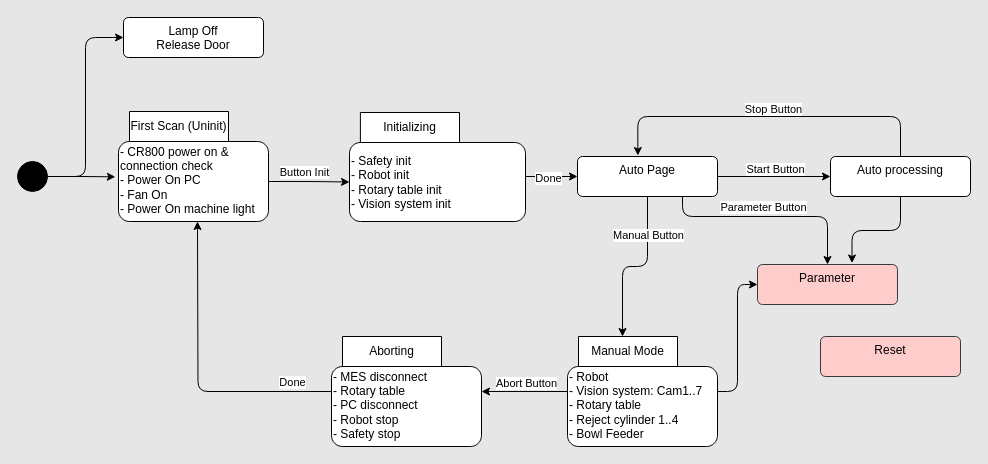
The draw.io diagram page "Overview State Machine Diagram" (1 of 5) of Untitled Diagram.drawio in huyjim1996/AOI-Machine, before the edit. Source tidied: cells renumbered, new cells numbered last; positions are measured from the earlier drawing's top-left corner, leaving out a move shared by most shapes. Both pictures are drawn from the tidied source at 100%, with x=0, y=0 at pixel (17, 17).
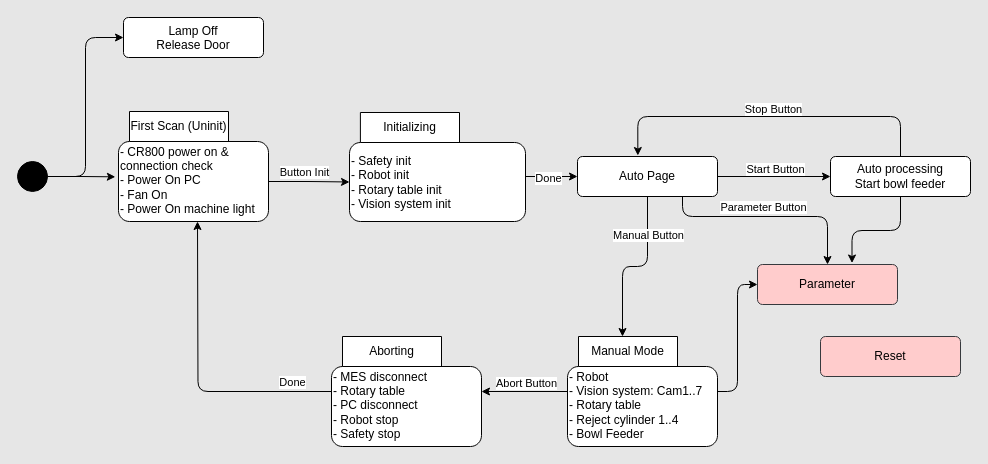
Above is the later version.

The edit, as a diff of the source:
```diff
@@
-    <mxCell id="15" value="Auto Page" style="html=1;align=center;verticalAlign=top;rounded=1;absoluteArcSize=1;arcSize=10;dashed=0;whiteSpace=wrap;" parent="1" vertex="1">
+    <mxCell id="15" value="Auto Page" style="html=1;align=center;verticalAlign=middle;rounded=1;absoluteArcSize=1;arcSize=10;dashed=0;whiteSpace=wrap;" parent="1" vertex="1">
       <mxGeometry x="560" y="139" width="140" height="40" as="geometry" />
     </mxCell>
@@
-    <mxCell id="19" value="Auto processing" style="html=1;align=center;verticalAlign=top;rounded=1;absoluteArcSize=1;arcSize=10;dashed=0;whiteSpace=wrap;" parent="1" vertex="1">
+    <mxCell id="19" value="Auto processing&lt;br&gt;Start bowl feeder" style="html=1;align=center;verticalAlign=middle;rounded=1;absoluteArcSize=1;arcSize=10;dashed=0;whiteSpace=wrap;" parent="1" vertex="1">
       <mxGeometry x="813" y="139" width="140" height="40" as="geometry" />
     </mxCell>
@@
-    <mxCell id="29" value="Parameter" style="html=1;align=center;verticalAlign=top;rounded=1;absoluteArcSize=1;arcSize=10;dashed=0;whiteSpace=wrap;fillColor=#ffcccc;strokeColor=#36393d;" parent="1" vertex="1">
+    <mxCell id="29" value="Parameter" style="html=1;align=center;verticalAlign=middle;rounded=1;absoluteArcSize=1;arcSize=10;dashed=0;whiteSpace=wrap;fillColor=#ffcccc;strokeColor=#36393d;" parent="1" vertex="1">
       <mxGeometry x="740" y="247" width="140" height="40" as="geometry" />
     </mxCell>
-    <mxCell id="30" value="Reset" style="html=1;align=center;verticalAlign=top;rounded=1;absoluteArcSize=1;arcSize=10;dashed=0;whiteSpace=wrap;fillColor=#ffcccc;strokeColor=#36393d;" parent="1" vertex="1">
+    <mxCell id="30" value="Reset" style="html=1;align=center;verticalAlign=middle;rounded=1;absoluteArcSize=1;arcSize=10;dashed=0;whiteSpace=wrap;fillColor=#ffcccc;strokeColor=#36393d;" parent="1" vertex="1">
       <mxGeometry x="803" y="319" width="140" height="40" as="geometry" />
     </mxCell>
```
